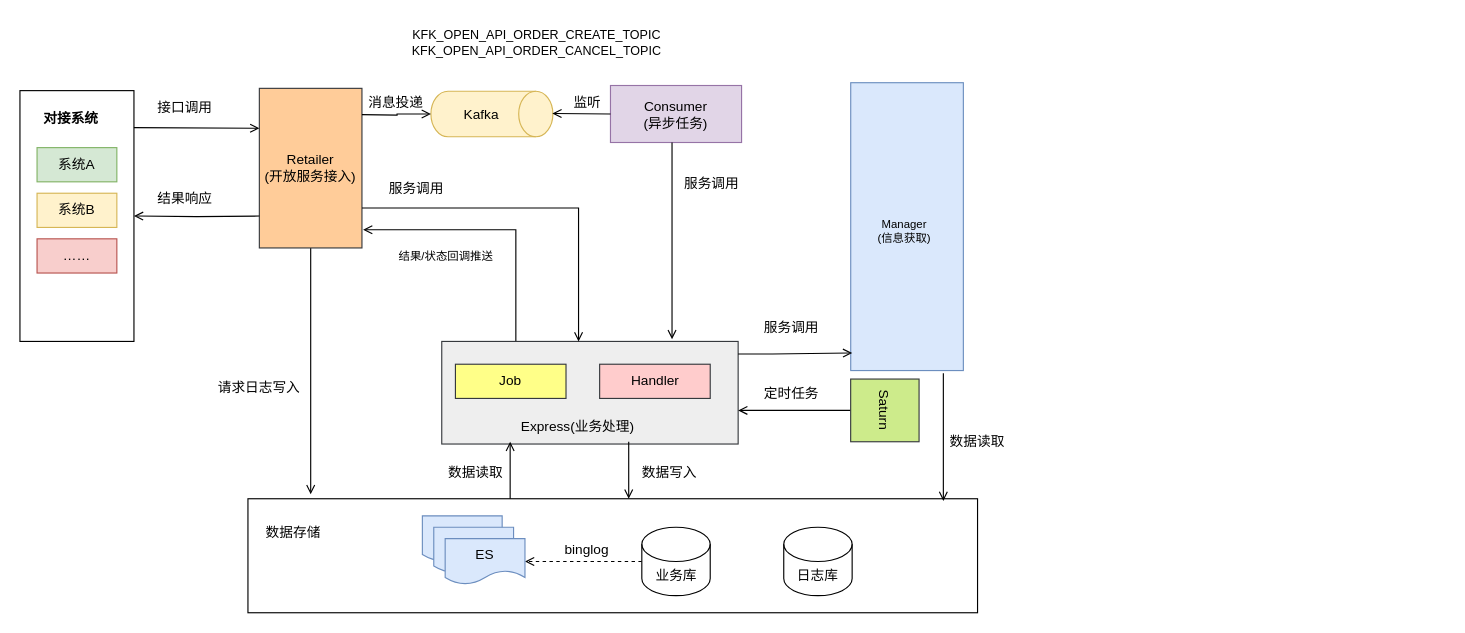
Before: page "标准接口方案设计" (5 of 7) of 导入.drawio in vvhard/draw_io, a draw.io diagram. Source tidied: cells renumbered, new cells numbered last; positions are measured from the earlier drawing's top-left corner, leaving out a move shared by most shapes. Both pictures are drawn from the tidied source at 114%, with x=0, y=0 at pixel (19, 19).
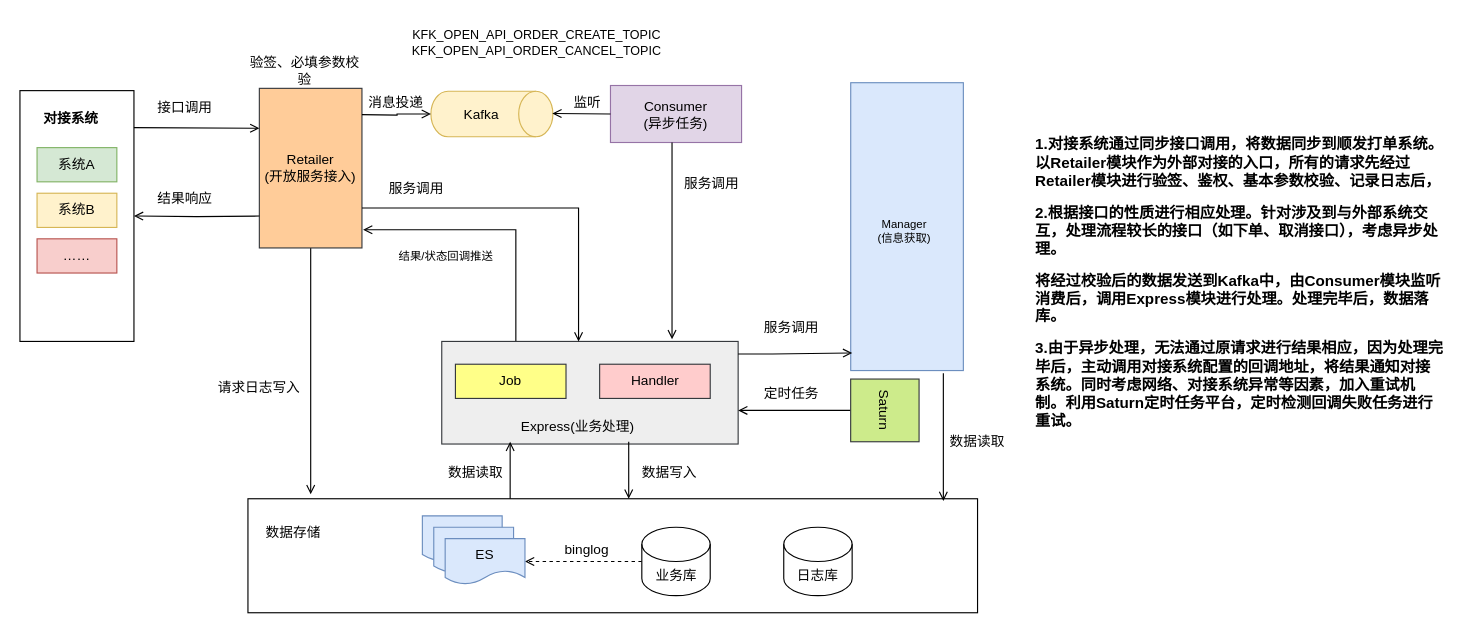
After the change.

Change to the diagram source:
```diff
@@
+    <mxCell id="55" value="验签、必填参数校验" style="text;html=1;strokeColor=none;fillColor=none;align=center;verticalAlign=middle;whiteSpace=wrap;rounded=0;" parent="1" vertex="1">
+      <mxGeometry x="200" y="30" width="100" height="30" as="geometry" />
+    </mxCell>
+    <mxCell id="56" value="&lt;p style=&quot;text-align: left;&quot; class=&quot;MsoNormal&quot;&gt;&lt;span style=&quot;font-family: 宋体; font-size: 10pt;&quot;&gt;&lt;b&gt;&lt;font face=&quot;宋体&quot;&gt;1.对接系统通过同步接口调用，将数据同步到顺发打单系统。以&lt;/font&gt;Retailer模块作为外部对接的入口，所有的请求先经过Retailer模块进行验签、鉴权、基本参数校验、记录日志后，&lt;/b&gt;&lt;/span&gt;&lt;/p&gt;&lt;p style=&quot;text-align: left;&quot; class=&quot;MsoNormal&quot;&gt;&lt;span style=&quot;font-family: 宋体; font-size: 10pt;&quot;&gt;&lt;b&gt;2.根据接口的性质进行相应处理。针对涉及到与外部系统交互，处理流程较长的接口（如下单、取消接口），考虑异步处理。&lt;/b&gt;&lt;/span&gt;&lt;/p&gt;&lt;p style=&quot;text-align: left;&quot; class=&quot;MsoNormal&quot;&gt;&lt;span style=&quot;font-family: 宋体; font-size: 10pt;&quot;&gt;&lt;b&gt;将经过校验后的数据发送到Kafka中，由Consumer模块监听消费后，调用Express模块进行处理。处理完毕后，数据落库。&lt;/b&gt;&lt;/span&gt;&lt;/p&gt;&lt;p style=&quot;text-align: left;&quot; class=&quot;MsoNormal&quot;&gt;&lt;span style=&quot;font-family: 宋体; font-size: 10pt;&quot;&gt;&lt;b&gt;3.由于异步处理，无法通过原请求进行结果相应，因为处理完毕后，主动调用对接系统配置的回调地址，将结果通知对接系统。同时考虑网络、对接系统异常等因素，加入重试机制。利用Saturn定时任务平台，定时检测回调失败任务进行重试。&lt;/b&gt;&lt;/span&gt;&lt;span style=&quot;font-family: 宋体; font-size: 10pt;&quot;&gt;&lt;/span&gt;&lt;/p&gt;" style="text;html=1;strokeColor=none;fillColor=none;align=center;verticalAlign=middle;whiteSpace=wrap;rounded=0;" parent="1" vertex="1">
+      <mxGeometry x="890" y="72" width="360" height="318" as="geometry" />
+    </mxCell>
```
